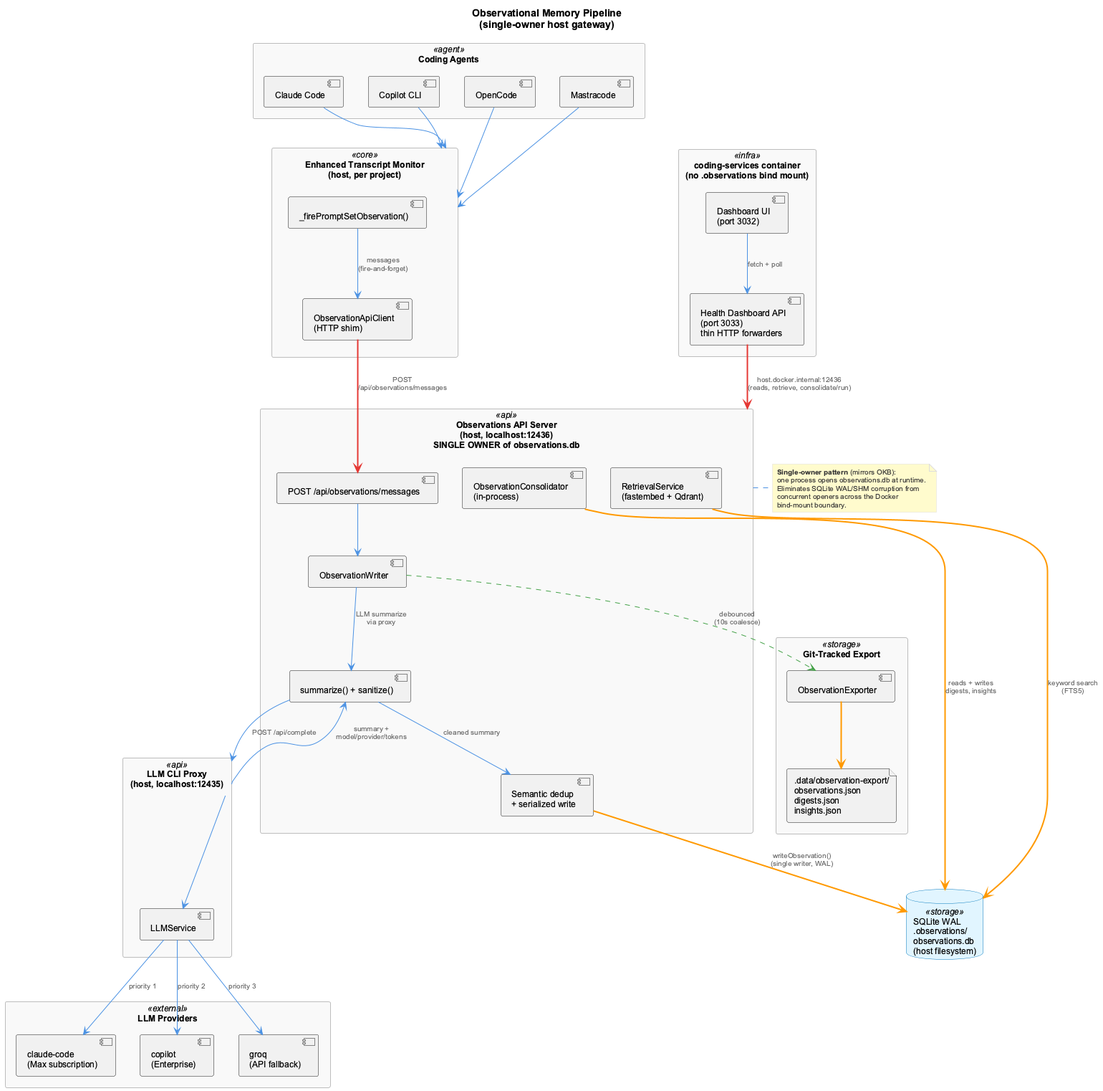
Above: docs-content/images/observation-pipeline.png in fwornle/coding (PlantUML), before the change. The source it was exported from:
```plantuml
@startuml observation-pipeline
!include _standard-style.puml

title Observational Memory Pipeline\n(single-owner host gateway)

top to bottom direction

rectangle "Coding Agents" <<agent>> {
  component "Claude Code" as claude
  component "Copilot CLI" as copilot
  component "OpenCode" as opencode
  component "Mastracode" as mastra
}

rectangle "Enhanced Transcript Monitor\n(host, per project)" <<core>> as etm {
  component "_firePromptSetObservation()" as fire
  component "ObservationApiClient\n(HTTP shim)" as etmclient
}

rectangle "Observations API Server\n(host, localhost:12436)\nSINGLE OWNER of observations.db" <<api>> as obsapi {
  component "POST /api/observations/messages" as ep_messages
  component "ObservationWriter" as ow
  component "summarize() + sanitize()" as summarize
  component "Semantic dedup\n+ serialized write" as dedup
  component "ObservationConsolidator\n(in-process)" as oc
  component "RetrievalService\n(fastembed + Qdrant)" as rs
}

rectangle "LLM CLI Proxy\n(host, localhost:12435)" <<api>> as proxy {
  component "LLMService" as llm
}

rectangle "LLM Providers" <<external>> as providers {
  component "claude-code\n(Max subscription)" as cc
  component "copilot\n(Enterprise)" as cp
  component "groq\n(API fallback)" as groq
}

database "SQLite WAL\n.observations/\nobservations.db\n(host filesystem)" <<storage>> as db

rectangle "Git-Tracked Export" <<storage>> as export {
  component "ObservationExporter" as exporter
  file ".data/observation-export/\nobservations.json\ndigests.json\ninsights.json" as json
}

rectangle "coding-services container\n(no .observations bind mount)" <<infra>> as container {
  component "Health Dashboard API\n(port 3033)\nthin HTTP forwarders" as dashapi
  component "Dashboard UI\n(port 3032)" as ui
}

claude --> etm
copilot --> etm
opencode --> etm
mastra --> etm

fire --> etmclient : messages\n(fire-and-forget)
etmclient SYNC_LINE ep_messages : POST\n/api/observations/messages
ep_messages --> ow
ow --> summarize : LLM summarize\nvia proxy
summarize --> proxy : POST /api/complete
proxy --> llm
llm --> cc : priority 1
llm --> cp : priority 2
llm --> groq : priority 3
summarize <-- proxy : summary +\nmodel/provider/tokens
summarize --> dedup : cleaned summary
dedup DATA_LINE db : writeObservation()\n(single writer, WAL)

ow ASYNC_LINE exporter : debounced\n(10s coalesce)
exporter DATA_LINE json

oc DATA_LINE db : reads + writes\ndigests, insights
rs DATA_LINE db : keyword search\n(FTS5)

dashapi SYNC_LINE obsapi : host.docker.internal:12436\n(reads, retrieve, consolidate/run)
ui --> dashapi : fetch + poll

note right of obsapi
  **Single-owner pattern** (mirrors OKB):
  one process opens observations.db at runtime.
  Eliminates SQLite WAL/SHM corruption from
  concurrent openers across the Docker
  bind-mount boundary.
end note

@enduml
```
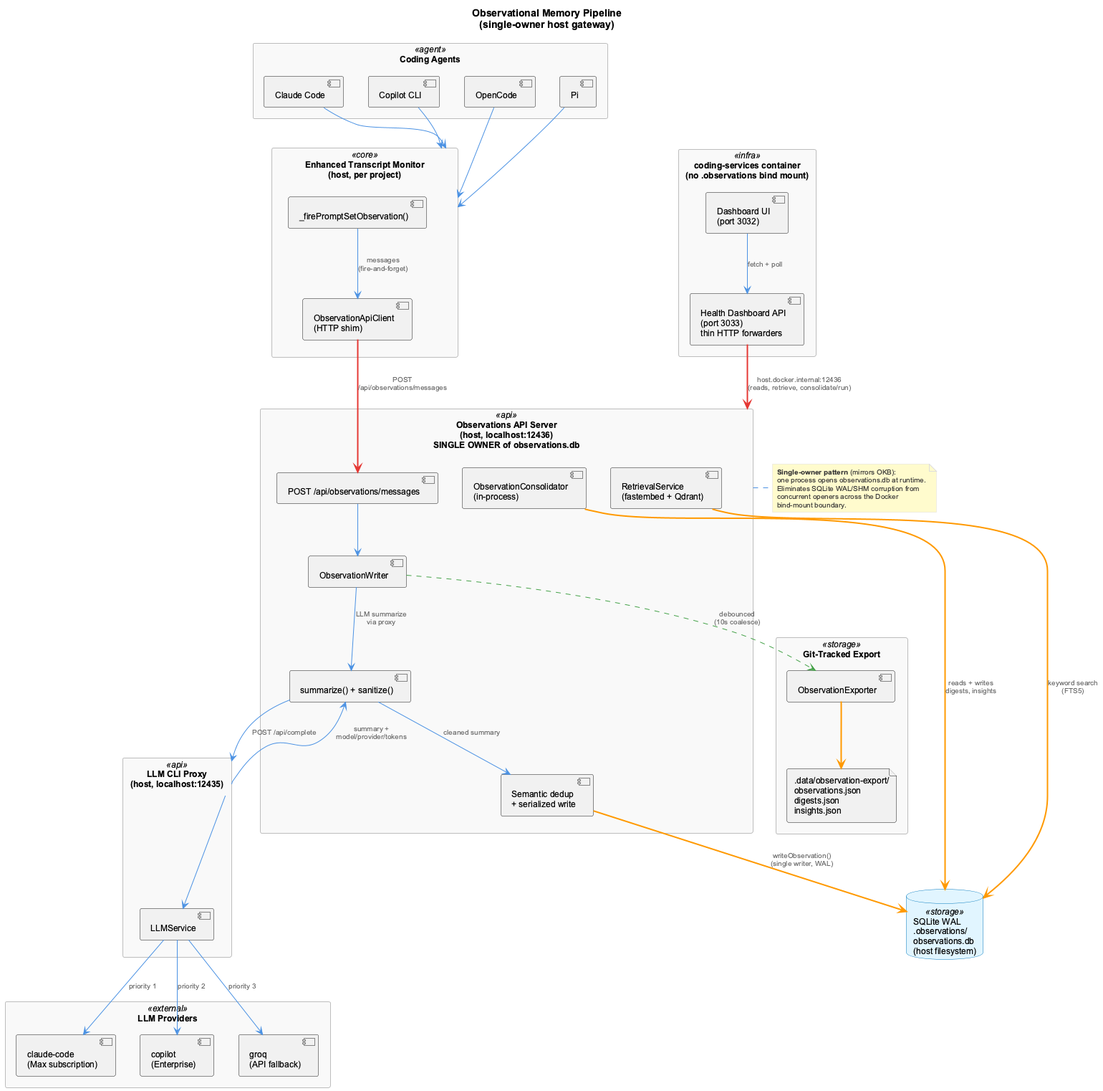
The same diagram one commit later.

The edit, as a diff of the source:
```diff
@@ -9,7 +9,7 @@
   component "Claude Code" as claude
   component "Copilot CLI" as copilot
   component "OpenCode" as opencode
-  component "Mastracode" as mastra
+  component "Pi" as pi
 }
 
 rectangle "Enhanced Transcript Monitor\n(host, per project)" <<core>> as etm {
@@ -51,7 +51,7 @@
 claude --> etm
 copilot --> etm
 opencode --> etm
-mastra --> etm
+pi --> etm
 
 fire --> etmclient : messages\n(fire-and-forget)
 etmclient SYNC_LINE ep_messages : POST\n/api/observations/messages
```
